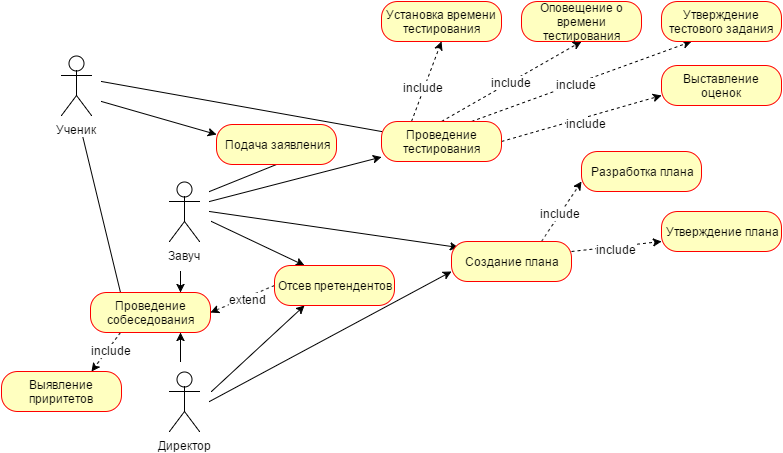
Earlier version of the draw.io export docs/UseCases.png (Dmitriyev/softwareArc). Source tidied: cells renumbered, new cells last; positions are measured from the earlier drawing's top-left corner, leaving out a move shared by most shapes.
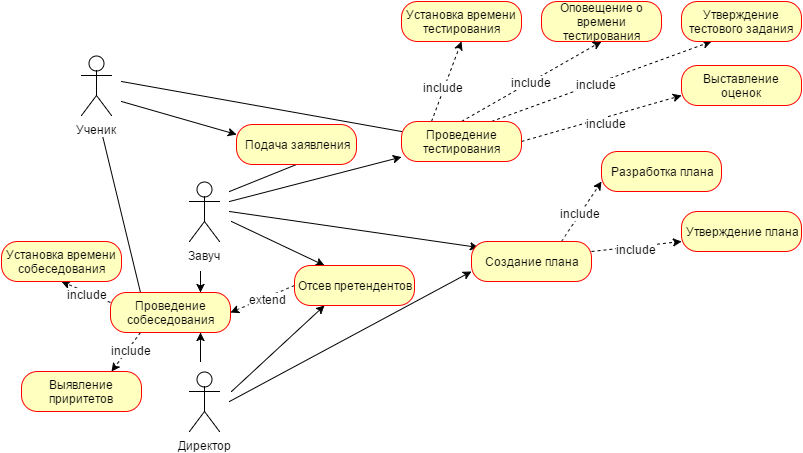
The same file after the commit.

Change to the diagram source:
```diff
@@ -128,6 +128,12 @@
     <mxCell id="35" value="&lt;span&gt;include&lt;/span&gt;" style="text;html=1;align=center;verticalAlign=middle;labelBackgroundColor=#ffffff;" parent="34" vertex="1">
       <mxGeometry x="-0.16" y="3" relative="1" as="geometry" />
     </mxCell>
+    <mxCell id="44" style="edgeStyle=none;rounded=0;html=1;exitX=0;exitY=0.25;entryX=0.5;entryY=1;shadow=0;dashed=1;endArrow=classic;endFill=1;jettySize=auto;" parent="1" edge="1" source="36" target="46">
+      <mxGeometry relative="1" as="geometry" />
+    </mxCell>
+    <mxCell id="45" value="include" style="text;html=1;align=center;verticalAlign=middle;labelBackgroundColor=#ffffff;" parent="44" vertex="1">
+      <mxGeometry x="-0.07" y="1" relative="1" as="geometry" />
+    </mxCell>
     <mxCell id="36" value="Проведение собеседования" style="rounded=1;whiteSpace=wrap;html=1;arcSize=40;fillColor=#ffffc0;strokeColor=#ff0000;" parent="1" vertex="1">
       <mxGeometry x="89" y="291" width="120" height="40" as="geometry" />
     </mxCell>
@@ -152,5 +158,8 @@
     <mxCell id="43" value="Выявление приритетов" style="rounded=1;whiteSpace=wrap;html=1;arcSize=40;fillColor=#ffffc0;strokeColor=#ff0000;" parent="1" vertex="1">
       <mxGeometry y="370" width="120" height="40" as="geometry" />
     </mxCell>
+    <mxCell id="46" value="Установка времени собеседования" style="rounded=1;whiteSpace=wrap;html=1;arcSize=40;fillColor=#ffffc0;strokeColor=#ff0000;" parent="1" vertex="1">
+      <mxGeometry x="-20" y="240" width="120" height="40" as="geometry" />
+    </mxCell>
   </root>
 </mxGraphModel>
```
